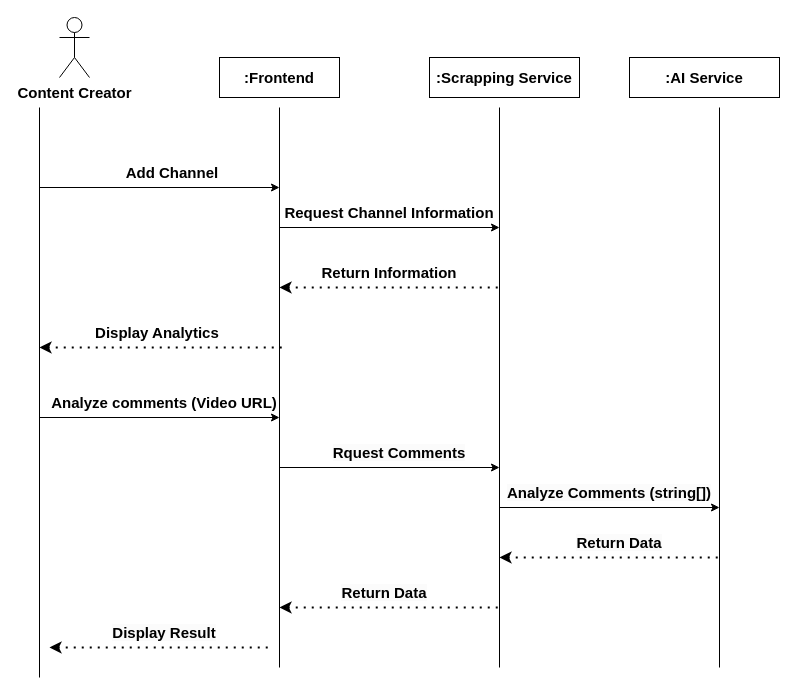
jadhamwi31/cc_productivity_and_marketing_kit keeps this draw.io diagram as diagrams/Scrapping  Sequence Diagram.drawio. Above is the earlier version. Source tidied: cells renumbered, new cells numbered last; positions are measured from the earlier drawing's top-left corner, leaving out a move shared by most shapes. Both pictures are drawn from the tidied source at 100%, with x=0, y=0 at pixel (39, 17).
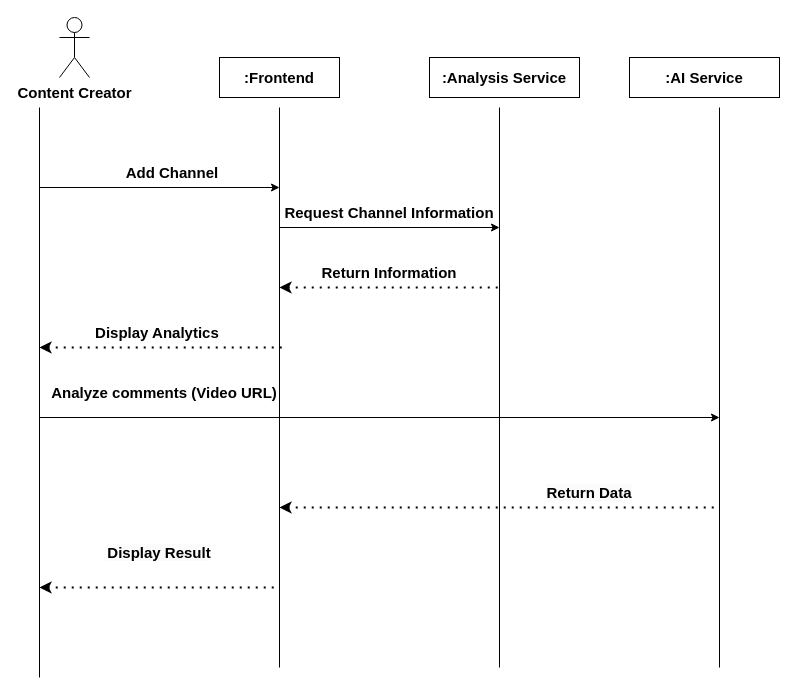
Above is the later version.

Diff of the diagram source:
```diff
@@
-    <mxCell id="7" value="&lt;font style=&quot;font-size: 15px;&quot;&gt;&lt;span style=&quot;font-size: 15px;&quot;&gt;:Scrapping Service&lt;/span&gt;&lt;/font&gt;" style="rounded=0;whiteSpace=wrap;html=1;fontStyle=1;fontSize=15;" parent="1" vertex="1">
+    <mxCell id="7" value="&lt;font style=&quot;font-size: 15px;&quot;&gt;&lt;span style=&quot;font-size: 15px;&quot;&gt;:Analysis Service&lt;/span&gt;&lt;/font&gt;" style="rounded=0;whiteSpace=wrap;html=1;fontStyle=1;fontSize=15;" parent="1" vertex="1">
       <mxGeometry x="390" y="40" width="150" height="40" as="geometry" />
     </mxCell>
@@
     <mxCell id="14" style="endArrow=classic;html=1;rounded=0;fontStyle=1;fontSize=15;" parent="1" edge="1">
       <mxGeometry relative="1" as="geometry">
         <mxPoint y="400" as="sourcePoint" />
-        <mxPoint x="240" y="400" as="targetPoint" />
+        <mxPoint x="680" y="400" as="targetPoint" />
       </mxGeometry>
     </mxCell>
@@
     <mxCell id="18" value="&lt;span style=&quot;font-size: 15px;&quot;&gt;Analyze comments (Video URL)&lt;/span&gt;" style="text;html=1;strokeColor=none;fillColor=none;align=center;verticalAlign=middle;whiteSpace=wrap;rounded=0;fontStyle=1;fontSize=15;" parent="1" vertex="1">
-      <mxGeometry x="10" y="370" width="230" height="30" as="geometry" />
+      <mxGeometry x="10" y="360" width="230" height="30" as="geometry" />
     </mxCell>
-    <mxCell id="19" style="endArrow=classic;html=1;rounded=0;" parent="1" edge="1">
-      <mxGeometry relative="1" as="geometry">
-        <mxPoint x="240" y="450" as="sourcePoint" />
-        <mxPoint x="460" y="450" as="targetPoint" />
-      </mxGeometry>
-    </mxCell>
-    <mxCell id="20" value="&lt;span style=&quot;color: rgb(0, 0, 0); font-family: Helvetica; font-size: 15px; font-style: normal; font-variant-ligatures: normal; font-variant-caps: normal; font-weight: 700; letter-spacing: normal; orphans: 2; text-indent: 0px; text-transform: none; widows: 2; word-spacing: 0px; -webkit-text-stroke-width: 0px; background-color: rgb(251, 251, 251); text-decoration-thickness: initial; text-decoration-style: initial; text-decoration-color: initial; float: none; display: inline !important;&quot;&gt;Rquest Comments&lt;/span&gt;" style="text;whiteSpace=wrap;html=1;align=center;" parent="1" vertex="1">
-      <mxGeometry x="240" y="420" width="240" height="40" as="geometry" />
-    </mxCell>
-    <mxCell id="21" style="endArrow=classic;html=1;rounded=0;" parent="1" edge="1">
-      <mxGeometry relative="1" as="geometry">
-        <mxPoint x="460" y="490" as="sourcePoint" />
-        <mxPoint x="680" y="490" as="targetPoint" />
-      </mxGeometry>
-    </mxCell>
@@
-    <mxCell id="23" value="&lt;span style=&quot;color: rgb(0, 0, 0); font-family: Helvetica; font-size: 15px; font-style: normal; font-variant-ligatures: normal; font-variant-caps: normal; font-weight: 700; letter-spacing: normal; orphans: 2; text-indent: 0px; text-transform: none; widows: 2; word-spacing: 0px; -webkit-text-stroke-width: 0px; background-color: rgb(251, 251, 251); text-decoration-thickness: initial; text-decoration-style: initial; text-decoration-color: initial; float: none; display: inline !important;&quot;&gt;Analyze Comments (string[])&lt;/span&gt;" style="text;whiteSpace=wrap;html=1;align=center;" parent="1" vertex="1">
-      <mxGeometry x="450" y="460" width="240" height="40" as="geometry" />
-    </mxCell>
     <mxCell id="24" style="endArrow=none;dashed=1;html=1;dashPattern=1 3;strokeWidth=2;rounded=0;startArrow=classic;startFill=1;fontStyle=1;fontSize=15;" parent="1" edge="1">
       <mxGeometry relative="1" as="geometry">
-        <mxPoint x="460" y="540" as="sourcePoint" />
-        <mxPoint x="680" y="540" as="targetPoint" />
+        <mxPoint x="240" y="490" as="sourcePoint" />
+        <mxPoint x="680" y="490" as="targetPoint" />
       </mxGeometry>
     </mxCell>
     <mxCell id="25" value="&lt;span style=&quot;color: rgb(0, 0, 0); font-family: Helvetica; font-size: 15px; font-style: normal; font-variant-ligatures: normal; font-variant-caps: normal; font-weight: 700; letter-spacing: normal; orphans: 2; text-indent: 0px; text-transform: none; widows: 2; word-spacing: 0px; -webkit-text-stroke-width: 0px; background-color: rgb(251, 251, 251); text-decoration-thickness: initial; text-decoration-style: initial; text-decoration-color: initial; float: none; display: inline !important;&quot;&gt;Return Data&lt;/span&gt;" style="text;whiteSpace=wrap;html=1;align=center;" parent="1" vertex="1">
-      <mxGeometry x="460" y="510" width="240" height="40" as="geometry" />
+      <mxGeometry x="430" y="460" width="240" height="40" as="geometry" />
     </mxCell>
-    <mxCell id="26" value="&lt;span style=&quot;color: rgb(0, 0, 0); font-family: Helvetica; font-size: 15px; font-style: normal; font-variant-ligatures: normal; font-variant-caps: normal; font-weight: 700; letter-spacing: normal; orphans: 2; text-indent: 0px; text-transform: none; widows: 2; word-spacing: 0px; -webkit-text-stroke-width: 0px; background-color: rgb(251, 251, 251); text-decoration-thickness: initial; text-decoration-style: initial; text-decoration-color: initial; float: none; display: inline !important;&quot;&gt;Return Data&lt;/span&gt;" style="text;whiteSpace=wrap;html=1;align=center;" parent="1" vertex="1">
-      <mxGeometry x="225" y="560" width="240" height="40" as="geometry" />
-    </mxCell>
-    <mxCell id="27" style="endArrow=none;dashed=1;html=1;dashPattern=1 3;strokeWidth=2;rounded=0;startArrow=classic;startFill=1;fontStyle=1;fontSize=15;" parent="1" edge="1">
-      <mxGeometry relative="1" as="geometry">
-        <mxPoint x="240" y="590" as="sourcePoint" />
-        <mxPoint x="460" y="590" as="targetPoint" />
-      </mxGeometry>
-    </mxCell>
     <mxCell id="28" style="endArrow=none;dashed=1;html=1;dashPattern=1 3;strokeWidth=2;rounded=0;startArrow=classic;startFill=1;fontStyle=1;fontSize=15;" parent="1" edge="1">
       <mxGeometry relative="1" as="geometry">
-        <mxPoint x="10" y="630" as="sourcePoint" />
-        <mxPoint x="230" y="630" as="targetPoint" />
+        <mxPoint y="570" as="sourcePoint" />
+        <mxPoint x="240" y="570" as="targetPoint" />
       </mxGeometry>
     </mxCell>
     <mxCell id="29" value="&lt;span style=&quot;color: rgb(0, 0, 0); font-family: Helvetica; font-size: 15px; font-style: normal; font-variant-ligatures: normal; font-variant-caps: normal; font-weight: 700; letter-spacing: normal; orphans: 2; text-indent: 0px; text-transform: none; widows: 2; word-spacing: 0px; -webkit-text-stroke-width: 0px; background-color: rgb(251, 251, 251); text-decoration-thickness: initial; text-decoration-style: initial; text-decoration-color: initial; float: none; display: inline !important;&quot;&gt;Display Result&lt;/span&gt;" style="text;whiteSpace=wrap;html=1;align=center;" parent="1" vertex="1">
-      <mxGeometry x="5" y="600" width="240" height="40" as="geometry" />
+      <mxGeometry y="520" width="240" height="40" as="geometry" />
     </mxCell>
```
